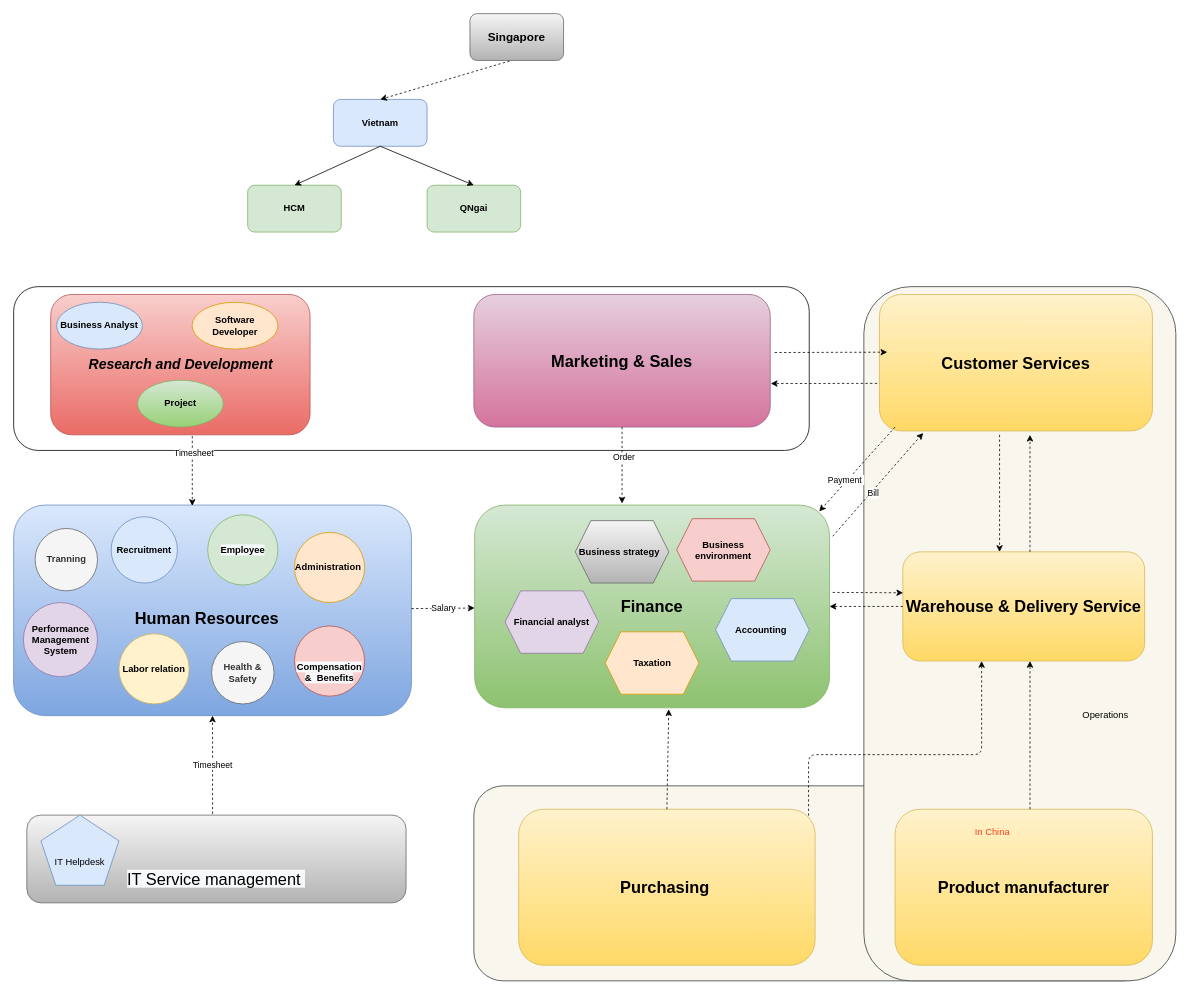
letrthong/business keeps this draw.io diagram as page "Org_Chart" (1 of 6) of 04_docs/Department_Organizational_chart.drawio. Above is the earlier version. Source tidied: cells renumbered, new cells numbered last; positions are measured from the earlier drawing's top-left corner, leaving out a move shared by most shapes. Both pictures are drawn from the tidied source at 78%, with x=0, y=0 at pixel (13, 13).
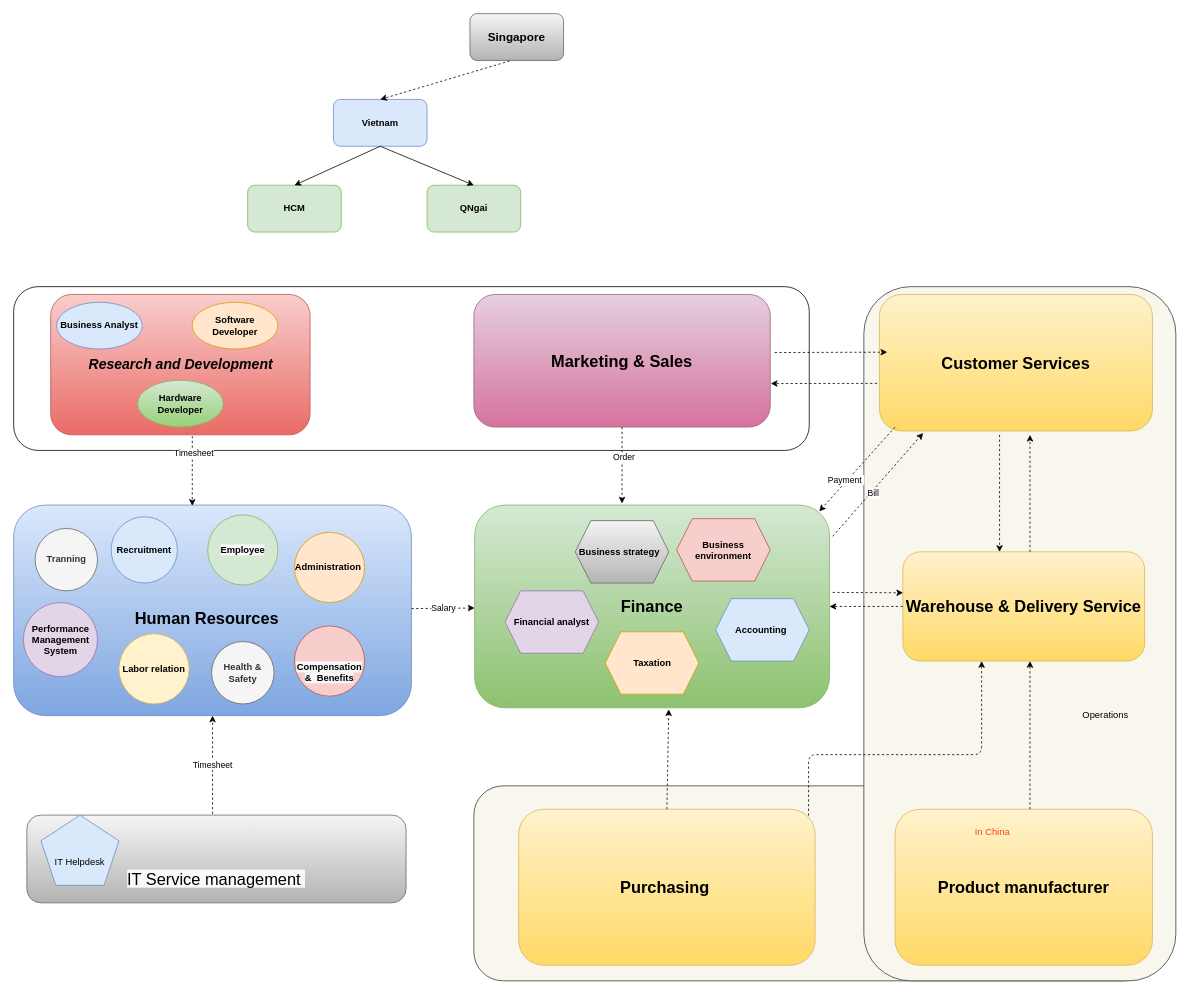
The same page after the edit.

What changed in the source:
```diff
@@
-    <mxCell id="57" value="&lt;b&gt;Project&lt;/b&gt;" style="ellipse;whiteSpace=wrap;html=1;fillColor=#d5e8d4;strokeColor=#82b366;gradientColor=#97d077;" parent="1" vertex="1">
+    <mxCell id="57" value="&lt;b&gt;Hardware Developer&lt;/b&gt;" style="ellipse;whiteSpace=wrap;html=1;fillColor=#d5e8d4;strokeColor=#82b366;gradientColor=#97d077;" parent="1" vertex="1">
       <mxGeometry x="158.8" y="470" width="110" height="60" as="geometry" />
     </mxCell>
```
